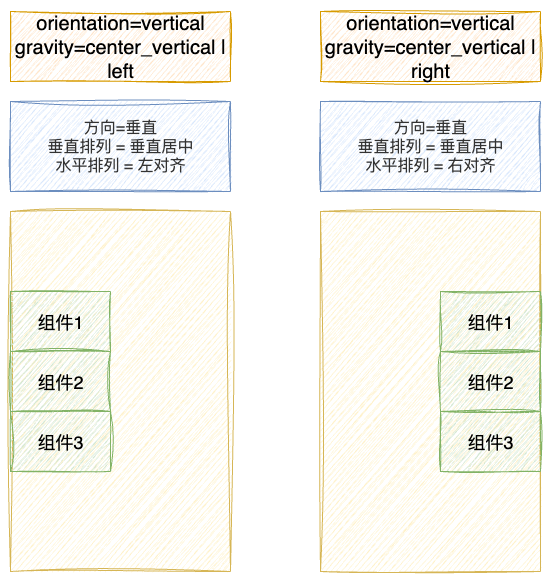
Before: slides/lesson-07-android-ui-component-2/public/linearlayout-gravity-center-vertical.drawio.png, a diagram exported from draw.io (enix223/android-tutorial-slides). Source tidied: cells renumbered, new cells last; positions are measured from the earlier drawing's top-left corner, leaving out a move shared by most shapes.
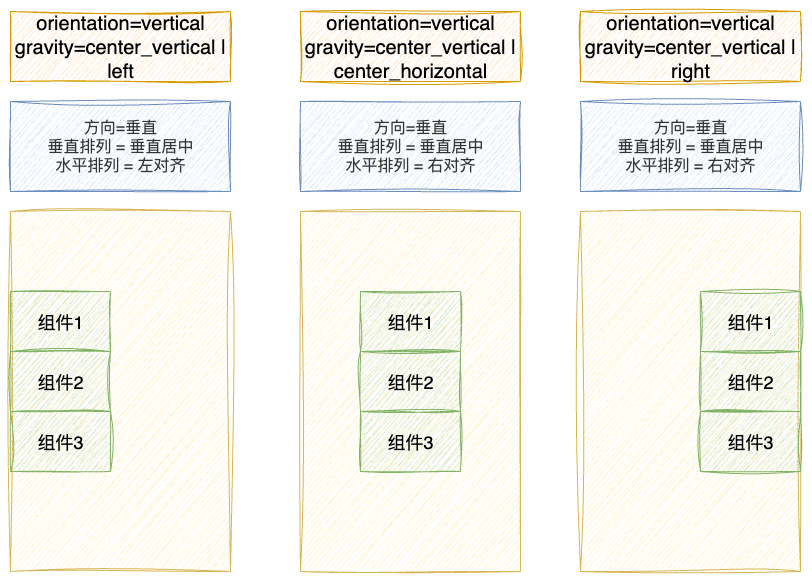
Later version of the same file.

What changed in the source:
```diff
@@ -18,25 +18,43 @@
       <mxGeometry width="220" height="70" as="geometry" />
     </mxCell>
     <mxCell id="7" style="rounded=0;whiteSpace=wrap;html=1;fillColor=#fff2cc;strokeColor=#d6b656;shadow=0;sketch=1;curveFitting=1;jiggle=2;" parent="1" vertex="1">
-      <mxGeometry x="310" y="200" width="220" height="360" as="geometry" />
+      <mxGeometry x="290" y="200" width="220" height="360" as="geometry" />
     </mxCell>
     <mxCell id="8" value="&lt;font style=&quot;font-size: 18px;&quot;&gt;组件1&lt;/font&gt;" style="rounded=0;whiteSpace=wrap;html=1;fillColor=#d5e8d4;strokeColor=#82b366;shadow=0;sketch=1;curveFitting=1;jiggle=2;" parent="1" vertex="1">
-      <mxGeometry x="430" y="280" width="100" height="60" as="geometry" />
+      <mxGeometry x="350" y="280" width="100" height="60" as="geometry" />
     </mxCell>
     <mxCell id="9" value="&lt;font style=&quot;font-size: 18px;&quot;&gt;组件2&lt;/font&gt;" style="rounded=0;whiteSpace=wrap;html=1;fillColor=#d5e8d4;strokeColor=#82b366;shadow=0;sketch=1;curveFitting=1;jiggle=2;" parent="1" vertex="1">
-      <mxGeometry x="430" y="340" width="100" height="60" as="geometry" />
+      <mxGeometry x="350" y="340" width="100" height="60" as="geometry" />
     </mxCell>
     <mxCell id="10" value="&lt;font style=&quot;font-size: 18px;&quot;&gt;组件3&lt;/font&gt;" style="rounded=0;whiteSpace=wrap;html=1;fillColor=#d5e8d4;strokeColor=#82b366;shadow=0;sketch=1;curveFitting=1;jiggle=2;" parent="1" vertex="1">
-      <mxGeometry x="430" y="400" width="100" height="60" as="geometry" />
+      <mxGeometry x="350" y="400" width="100" height="60" as="geometry" />
     </mxCell>
     <mxCell id="11" value="&lt;font style=&quot;font-size: 16px;&quot;&gt;方向=垂直&lt;/font&gt;&lt;div&gt;&lt;font style=&quot;font-size: 16px;&quot;&gt;垂直排列 = 垂直居中&lt;/font&gt;&lt;div&gt;&lt;font style=&quot;font-size: 16px;&quot;&gt;水平排列 = 左对齐&lt;/font&gt;&lt;/div&gt;&lt;/div&gt;" style="text;html=1;align=center;verticalAlign=middle;whiteSpace=wrap;rounded=0;fillColor=#dae8fc;strokeColor=#6c8ebf;fontColor=#333333;sketch=1;curveFitting=1;jiggle=2;" parent="1" vertex="1">
       <mxGeometry y="90" width="220" height="90" as="geometry" />
     </mxCell>
-    <mxCell id="12" value="orientation=vertical&lt;div&gt;gravity=center_vertical | right&lt;/div&gt;" style="text;html=1;align=center;verticalAlign=middle;whiteSpace=wrap;rounded=0;fontSize=20;fillColor=#ffe6cc;strokeColor=#d79b00;sketch=1;curveFitting=1;jiggle=2;" parent="1" vertex="1">
-      <mxGeometry x="310" width="220" height="70" as="geometry" />
+    <mxCell id="12" value="orientation=vertical&lt;div&gt;gravity=center_vertical | center_horizontal&lt;/div&gt;" style="text;html=1;align=center;verticalAlign=middle;whiteSpace=wrap;rounded=0;fontSize=20;fillColor=#ffe6cc;strokeColor=#d79b00;sketch=1;curveFitting=1;jiggle=2;" parent="1" vertex="1">
+      <mxGeometry x="290" width="220" height="70" as="geometry" />
     </mxCell>
     <mxCell id="13" value="&lt;font style=&quot;font-size: 16px;&quot;&gt;方向=垂直&lt;/font&gt;&lt;div&gt;&lt;font style=&quot;font-size: 16px;&quot;&gt;垂直排列 =&amp;nbsp;&lt;/font&gt;&lt;span style=&quot;font-size: 16px;&quot;&gt;垂直居中&lt;/span&gt;&lt;div&gt;&lt;font style=&quot;font-size: 16px;&quot;&gt;水平排列 = 右对齐&lt;/font&gt;&lt;/div&gt;&lt;/div&gt;" style="text;html=1;align=center;verticalAlign=middle;whiteSpace=wrap;rounded=0;fillColor=#dae8fc;strokeColor=#6c8ebf;fontColor=#333333;sketch=1;curveFitting=1;jiggle=2;" parent="1" vertex="1">
-      <mxGeometry x="310" y="90" width="220" height="90" as="geometry" />
+      <mxGeometry x="290" y="90" width="220" height="90" as="geometry" />
     </mxCell>
+    <mxCell id="14" style="rounded=0;whiteSpace=wrap;html=1;fillColor=#fff2cc;strokeColor=#d6b656;shadow=0;sketch=1;curveFitting=1;jiggle=2;" parent="1" vertex="1">
+      <mxGeometry x="570" y="200" width="220" height="360" as="geometry" />
+    </mxCell>
+    <mxCell id="15" value="&lt;font style=&quot;font-size: 18px;&quot;&gt;组件1&lt;/font&gt;" style="rounded=0;whiteSpace=wrap;html=1;fillColor=#d5e8d4;strokeColor=#82b366;shadow=0;sketch=1;curveFitting=1;jiggle=2;" parent="1" vertex="1">
+      <mxGeometry x="690" y="280" width="100" height="60" as="geometry" />
+    </mxCell>
+    <mxCell id="16" value="&lt;font style=&quot;font-size: 18px;&quot;&gt;组件2&lt;/font&gt;" style="rounded=0;whiteSpace=wrap;html=1;fillColor=#d5e8d4;strokeColor=#82b366;shadow=0;sketch=1;curveFitting=1;jiggle=2;" parent="1" vertex="1">
+      <mxGeometry x="690" y="340" width="100" height="60" as="geometry" />
+    </mxCell>
+    <mxCell id="17" value="&lt;font style=&quot;font-size: 18px;&quot;&gt;组件3&lt;/font&gt;" style="rounded=0;whiteSpace=wrap;html=1;fillColor=#d5e8d4;strokeColor=#82b366;shadow=0;sketch=1;curveFitting=1;jiggle=2;" parent="1" vertex="1">
+      <mxGeometry x="690" y="400" width="100" height="60" as="geometry" />
+    </mxCell>
+    <mxCell id="18" value="orientation=vertical&lt;div&gt;gravity=center_vertical | right&lt;/div&gt;" style="text;html=1;align=center;verticalAlign=middle;whiteSpace=wrap;rounded=0;fontSize=20;fillColor=#ffe6cc;strokeColor=#d79b00;sketch=1;curveFitting=1;jiggle=2;" parent="1" vertex="1">
+      <mxGeometry x="570" width="220" height="70" as="geometry" />
+    </mxCell>
+    <mxCell id="19" value="&lt;font style=&quot;font-size: 16px;&quot;&gt;方向=垂直&lt;/font&gt;&lt;div&gt;&lt;font style=&quot;font-size: 16px;&quot;&gt;垂直排列 =&amp;nbsp;&lt;/font&gt;&lt;span style=&quot;font-size: 16px;&quot;&gt;垂直居中&lt;/span&gt;&lt;div&gt;&lt;font style=&quot;font-size: 16px;&quot;&gt;水平排列 = 右对齐&lt;/font&gt;&lt;/div&gt;&lt;/div&gt;" style="text;html=1;align=center;verticalAlign=middle;whiteSpace=wrap;rounded=0;fillColor=#dae8fc;strokeColor=#6c8ebf;fontColor=#333333;sketch=1;curveFitting=1;jiggle=2;" parent="1" vertex="1">
+      <mxGeometry x="570" y="90" width="220" height="90" as="geometry" />
+    </mxCell>
   </root>
 </mxGraphModel>
```
